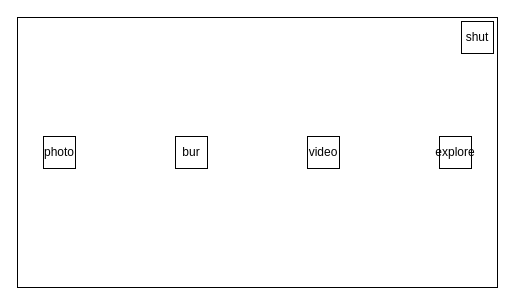
Before: xxxx.drawio in Pre-vious/draw.io, a draw.io diagram. Source tidied: cells renumbered, new cells numbered last; positions are measured from the earlier drawing's top-left corner, leaving out a move shared by most shapes. Both pictures are drawn from the tidied source at 100%, with x=0, y=0 at pixel (17, 17).
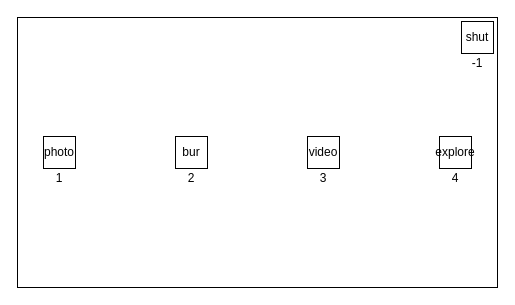
The same page after the edit.

The edit, as a diff of the source:
```diff
@@
 <mxGraphModel>
   <root>
     <mxCell id="0" />
     <mxCell id="1" parent="0" />
     <mxCell id="2" style="rounded=0;whiteSpace=wrap;html=1;" parent="1" vertex="1">
       <mxGeometry width="480" height="270" as="geometry" />
     </mxCell>
     <mxCell id="3" value="photo" style="whiteSpace=wrap;html=1;" parent="1" vertex="1">
       <mxGeometry x="26" y="119" width="32" height="32" as="geometry" />
     </mxCell>
     <mxCell id="4" value="bur" style="whiteSpace=wrap;html=1;" parent="1" vertex="1">
       <mxGeometry x="158" y="119" width="32" height="32" as="geometry" />
     </mxCell>
     <mxCell id="5" value="explore" style="whiteSpace=wrap;html=1;" parent="1" vertex="1">
       <mxGeometry x="422" y="119" width="32" height="32" as="geometry" />
     </mxCell>
     <mxCell id="6" value="shut" style="whiteSpace=wrap;html=1;" parent="1" vertex="1">
       <mxGeometry x="444" y="4" width="32" height="32" as="geometry" />
     </mxCell>
     <mxCell id="7" value="video" style="whiteSpace=wrap;html=1;" parent="1" vertex="1">
       <mxGeometry x="290" y="119" width="32" height="32" as="geometry" />
     </mxCell>
+    <mxCell id="8" value="1" style="text;html=1;strokeColor=none;fillColor=none;align=center;verticalAlign=middle;whiteSpace=wrap;rounded=0;" parent="1" vertex="1">
+      <mxGeometry x="22" y="151" width="40" height="20" as="geometry" />
+    </mxCell>
+    <mxCell id="9" value="2" style="text;html=1;strokeColor=none;fillColor=none;align=center;verticalAlign=middle;whiteSpace=wrap;rounded=0;" parent="1" vertex="1">
+      <mxGeometry x="154" y="151" width="40" height="20" as="geometry" />
+    </mxCell>
+    <mxCell id="10" value="3" style="text;html=1;strokeColor=none;fillColor=none;align=center;verticalAlign=middle;whiteSpace=wrap;rounded=0;" parent="1" vertex="1">
+      <mxGeometry x="286" y="151" width="40" height="20" as="geometry" />
+    </mxCell>
+    <mxCell id="11" value="4" style="text;html=1;strokeColor=none;fillColor=none;align=center;verticalAlign=middle;whiteSpace=wrap;rounded=0;" parent="1" vertex="1">
+      <mxGeometry x="418" y="151" width="40" height="20" as="geometry" />
+    </mxCell>
+    <mxCell id="12" value="-1" style="text;html=1;strokeColor=none;fillColor=none;align=center;verticalAlign=middle;whiteSpace=wrap;rounded=0;" parent="1" vertex="1">
+      <mxGeometry x="440" y="36" width="40" height="20" as="geometry" />
+    </mxCell>
   </root>
 </mxGraphModel>
```
